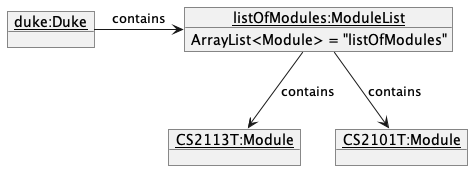
saintzaw/tp keeps this PlantUML diagram as docs/diagrams/FindTwoModules.png. Above is the earlier version.
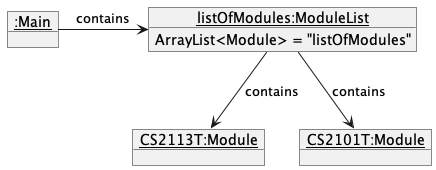
Later version of the same file.

Diff of the diagram source:
```diff
@@ -1,12 +1,12 @@
 @startuml
 
-object "__duke:Duke__" as Duke
+object "__:Main__" as Main
 object "__listOfModules:ModuleList__" as ModuleList
 ModuleList : ArrayList<Module> = "listOfModules"
 object "__CS2113T:Module__" as CS2113T
 object "__CS2101T:Module__" as CS2101
 
-Duke -> ModuleList : contains
+Main -> ModuleList : contains
 ModuleList -down-> CS2113T : contains
 ModuleList -down-> CS2101 : contains
 
```
